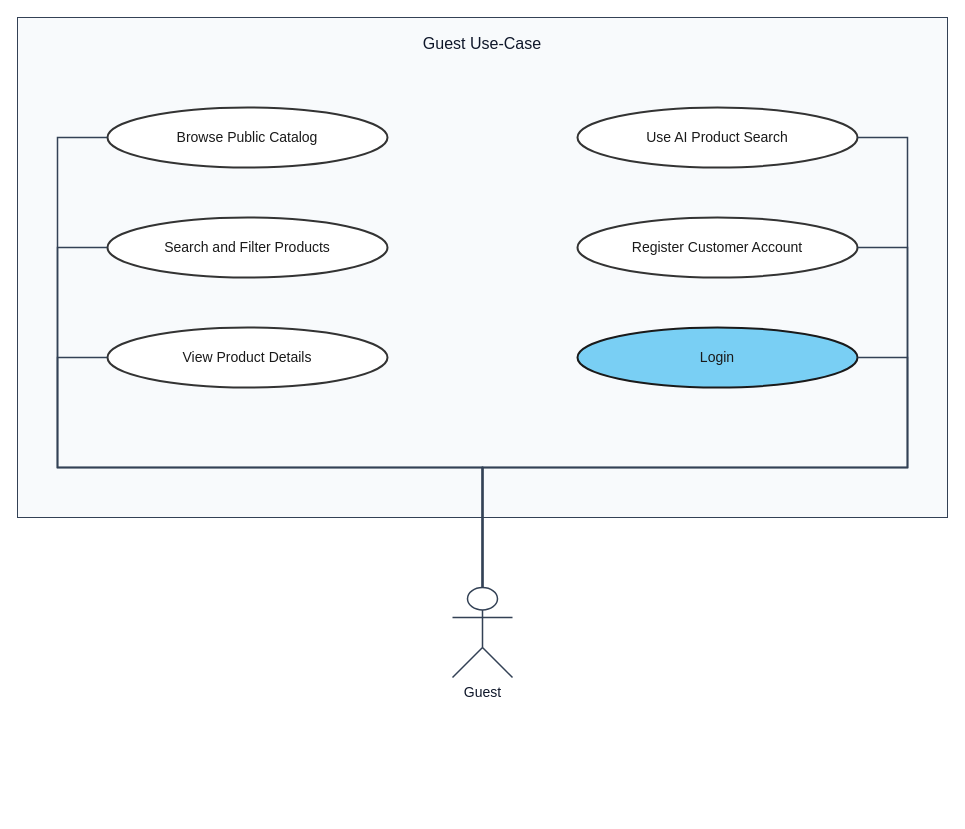
The draw.io diagram usecase-diagram/guest-usecases.drawio in e-commercial-marketplace/commerce-platform-docs, before the edit. Source tidied: cells renumbered, new cells numbered last; positions are measured from the earlier drawing's top-left corner, leaving out a move shared by most shapes. Both pictures are drawn from the tidied source at 100%, with x=0, y=0 at pixel (17, 17).
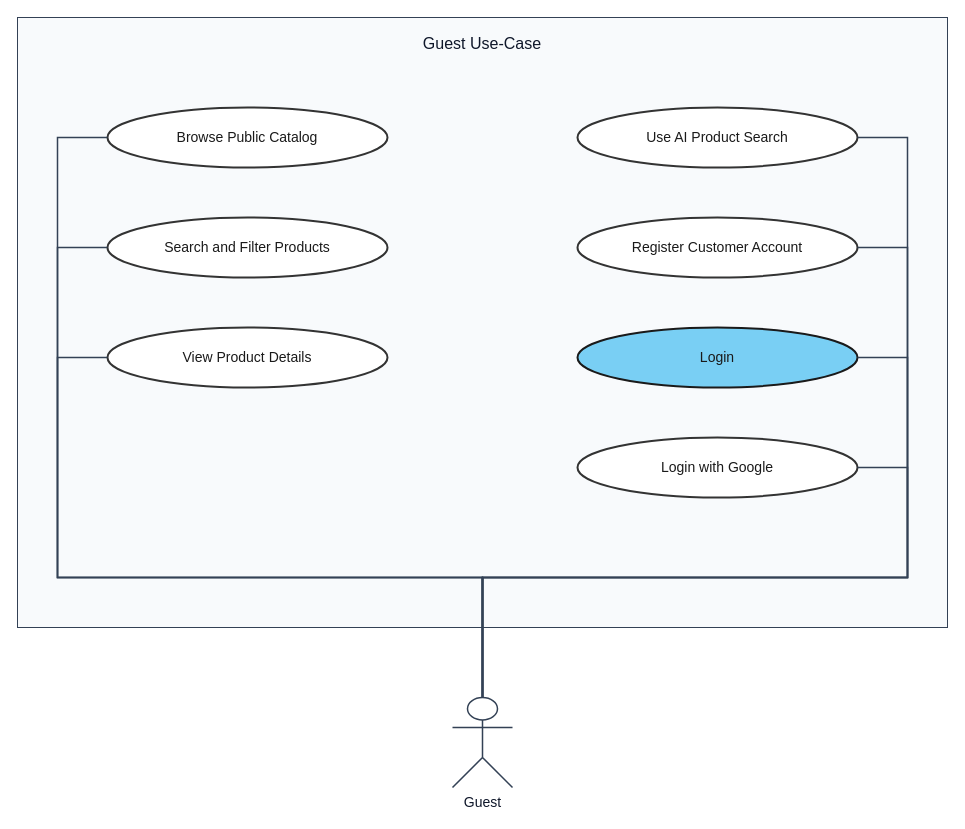
The same diagram, later.

Unchanged cells that the change refers to:
```xml
<mxCell id="3" value="Browse Public Catalog" style="ellipse;whiteSpace=wrap;html=1;align=center;verticalAlign=middle;fillColor=#ffffff;strokeColor=#333333;strokeWidth=2;fontColor=#1A1A1A;fontSize=14;fontStyle=0;" parent="1" vertex="1">
  <mxGeometry x="90" y="90" width="280" height="60" as="geometry" />
</mxCell>
<mxCell id="4" value="Search and Filter Products" style="ellipse;whiteSpace=wrap;html=1;align=center;verticalAlign=middle;fillColor=#ffffff;strokeColor=#333333;strokeWidth=2;fontColor=#1A1A1A;fontSize=14;fontStyle=0;" parent="1" vertex="1">
  <mxGeometry x="90" y="200" width="280" height="60" as="geometry" />
</mxCell>
<mxCell id="5" value="View Product Details" style="ellipse;whiteSpace=wrap;html=1;align=center;verticalAlign=middle;fillColor=#ffffff;strokeColor=#333333;strokeWidth=2;fontColor=#1A1A1A;fontSize=14;fontStyle=0;" parent="1" vertex="1">
  <mxGeometry x="90" y="310" width="280" height="60" as="geometry" />
</mxCell>
<mxCell id="6" value="Use AI Product Search" style="ellipse;whiteSpace=wrap;html=1;align=center;verticalAlign=middle;fillColor=#ffffff;strokeColor=#333333;strokeWidth=2;fontColor=#1A1A1A;fontSize=14;fontStyle=0;" parent="1" vertex="1">
  <mxGeometry x="560" y="90" width="280" height="60" as="geometry" />
</mxCell>
<mxCell id="7" value="Register Customer Account" style="ellipse;whiteSpace=wrap;html=1;align=center;verticalAlign=middle;fillColor=#ffffff;strokeColor=#333333;strokeWidth=2;fontColor=#1A1A1A;fontSize=14;fontStyle=0;" parent="1" vertex="1">
  <mxGeometry x="560" y="200" width="280" height="60" as="geometry" />
</mxCell>
<mxCell id="8" value="Login" style="ellipse;whiteSpace=wrap;html=1;align=center;verticalAlign=middle;fillColor=#79CFF4;strokeColor=#1A1A1A;strokeWidth=2;fontColor=#1A1A1A;fontSize=14;fontStyle=0;" parent="1" vertex="1">
  <mxGeometry x="560" y="310" width="280" height="60" as="geometry" />
</mxCell>
```

The edit, as a diff of the source:
```diff
@@
     <mxCell id="2" value="Guest Use-Case" style="rounded=0;whiteSpace=wrap;html=1;verticalAlign=top;align=center;spacingTop=10;fontSize=16;fontStyle=0;fontColor=#0f172a;fillColor=#f8fafc;strokeColor=#334155;strokeWidth=1;" parent="1" vertex="1">
-      <mxGeometry width="930" height="500" as="geometry" />
+      <mxGeometry width="930" height="610" as="geometry" />
     </mxCell>
@@
+    <mxCell id="16" value="Login with Google" style="ellipse;whiteSpace=wrap;html=1;align=center;verticalAlign=middle;fillColor=#ffffff;strokeColor=#333333;strokeWidth=2;fontColor=#1A1A1A;fontSize=14;fontStyle=0;" parent="1" vertex="1">
+      <mxGeometry x="560" y="420" width="280" height="60" as="geometry" />
+    </mxCell>
     <mxCell id="9" value="Guest" style="shape=umlActor;verticalLabelPosition=bottom;verticalAlign=top;html=1;outlineConnect=0;fillColor=#ffffff;strokeColor=#334155;strokeWidth=1.5;fontColor=#0f172a;fontSize=14;fontStyle=0;" parent="1" vertex="1">
-      <mxGeometry x="435" y="570" width="60" height="90" as="geometry" />
+      <mxGeometry x="435" y="680" width="60" height="90" as="geometry" />
     </mxCell>
     <mxCell id="10" style="endArrow=none;html=1;rounded=0;strokeColor=#334155;strokeWidth=1.5;exitX=0.5;exitY=0;exitDx=0;exitDy=0;exitPerimeter=0;entryX=0;entryY=0.5;entryDx=0;entryDy=0;entryPerimeter=0;" parent="1" edge="1" source="9" target="3">
       <mxGeometry relative="1" as="geometry">
         <Array as="points">
-          <mxPoint x="465" y="450" />
-          <mxPoint x="40" y="450" />
+          <mxPoint x="465" y="560" />
+          <mxPoint x="40" y="560" />
           <mxPoint x="40" y="120" />
         </Array>
         <mxPoint y="-11" as="offset" />
       </mxGeometry>
     </mxCell>
     <mxCell id="11" style="endArrow=none;html=1;rounded=0;strokeColor=#334155;strokeWidth=1.5;exitX=0.5;exitY=0;exitDx=0;exitDy=0;exitPerimeter=0;entryX=0;entryY=0.5;entryDx=0;entryDy=0;entryPerimeter=0;" parent="1" edge="1" source="9" target="4">
       <mxGeometry relative="1" as="geometry">
         <Array as="points">
-          <mxPoint x="465" y="450" />
-          <mxPoint x="40" y="450" />
+          <mxPoint x="465" y="560" />
+          <mxPoint x="40" y="560" />
           <mxPoint x="40" y="230" />
         </Array>
         <mxPoint y="-11" as="offset" />
       </mxGeometry>
     </mxCell>
     <mxCell id="12" style="endArrow=none;html=1;rounded=0;strokeColor=#334155;strokeWidth=1.5;exitX=0.5;exitY=0;exitDx=0;exitDy=0;exitPerimeter=0;entryX=0;entryY=0.5;entryDx=0;entryDy=0;entryPerimeter=0;" parent="1" edge="1" source="9" target="5">
       <mxGeometry relative="1" as="geometry">
         <Array as="points">
-          <mxPoint x="465" y="450" />
-          <mxPoint x="40" y="450" />
+          <mxPoint x="465" y="560" />
+          <mxPoint x="40" y="560" />
           <mxPoint x="40" y="340" />
         </Array>
         <mxPoint y="-11" as="offset" />
       </mxGeometry>
     </mxCell>
     <mxCell id="13" style="endArrow=none;html=1;rounded=0;strokeColor=#334155;strokeWidth=1.5;exitX=0.5;exitY=0;exitDx=0;exitDy=0;exitPerimeter=0;entryX=1;entryY=0.5;entryDx=0;entryDy=0;entryPerimeter=0;" parent="1" edge="1" source="9" target="6">
       <mxGeometry relative="1" as="geometry">
         <Array as="points">
-          <mxPoint x="465" y="450" />
-          <mxPoint x="890" y="450" />
+          <mxPoint x="465" y="560" />
+          <mxPoint x="890" y="560" />
           <mxPoint x="890" y="120" />
         </Array>
         <mxPoint y="-11" as="offset" />
       </mxGeometry>
     </mxCell>
     <mxCell id="14" style="endArrow=none;html=1;rounded=0;strokeColor=#334155;strokeWidth=1.5;exitX=0.5;exitY=0;exitDx=0;exitDy=0;exitPerimeter=0;entryX=1;entryY=0.5;entryDx=0;entryDy=0;entryPerimeter=0;" parent="1" edge="1" source="9" target="7">
       <mxGeometry relative="1" as="geometry">
         <Array as="points">
-          <mxPoint x="465" y="450" />
-          <mxPoint x="890" y="450" />
+          <mxPoint x="465" y="560" />
+          <mxPoint x="890" y="560" />
           <mxPoint x="890" y="230" />
         </Array>
         <mxPoint y="-11" as="offset" />
       </mxGeometry>
     </mxCell>
     <mxCell id="15" style="endArrow=none;html=1;rounded=0;strokeColor=#334155;strokeWidth=1.5;exitX=0.5;exitY=0;exitDx=0;exitDy=0;exitPerimeter=0;entryX=1;entryY=0.5;entryDx=0;entryDy=0;entryPerimeter=0;" parent="1" edge="1" source="9" target="8">
       <mxGeometry relative="1" as="geometry">
         <Array as="points">
-          <mxPoint x="465" y="450" />
-          <mxPoint x="890" y="450" />
+          <mxPoint x="465" y="560" />
+          <mxPoint x="890" y="560" />
           <mxPoint x="890" y="340" />
         </Array>
         <mxPoint y="-11" as="offset" />
       </mxGeometry>
     </mxCell>
+    <mxCell id="17" style="endArrow=none;html=1;rounded=0;strokeColor=#334155;strokeWidth=1.5;exitX=0.5;exitY=0;exitDx=0;exitDy=0;exitPerimeter=0;entryX=1;entryY=0.5;entryDx=0;entryDy=0;entryPerimeter=0;" parent="1" edge="1" source="9" target="16">
+      <mxGeometry relative="1" as="geometry">
+        <Array as="points">
+          <mxPoint x="465" y="560" />
+          <mxPoint x="890" y="560" />
+          <mxPoint x="890" y="450" />
+        </Array>
+        <mxPoint y="-11" as="offset" />
+      </mxGeometry>
+    </mxCell>
```
